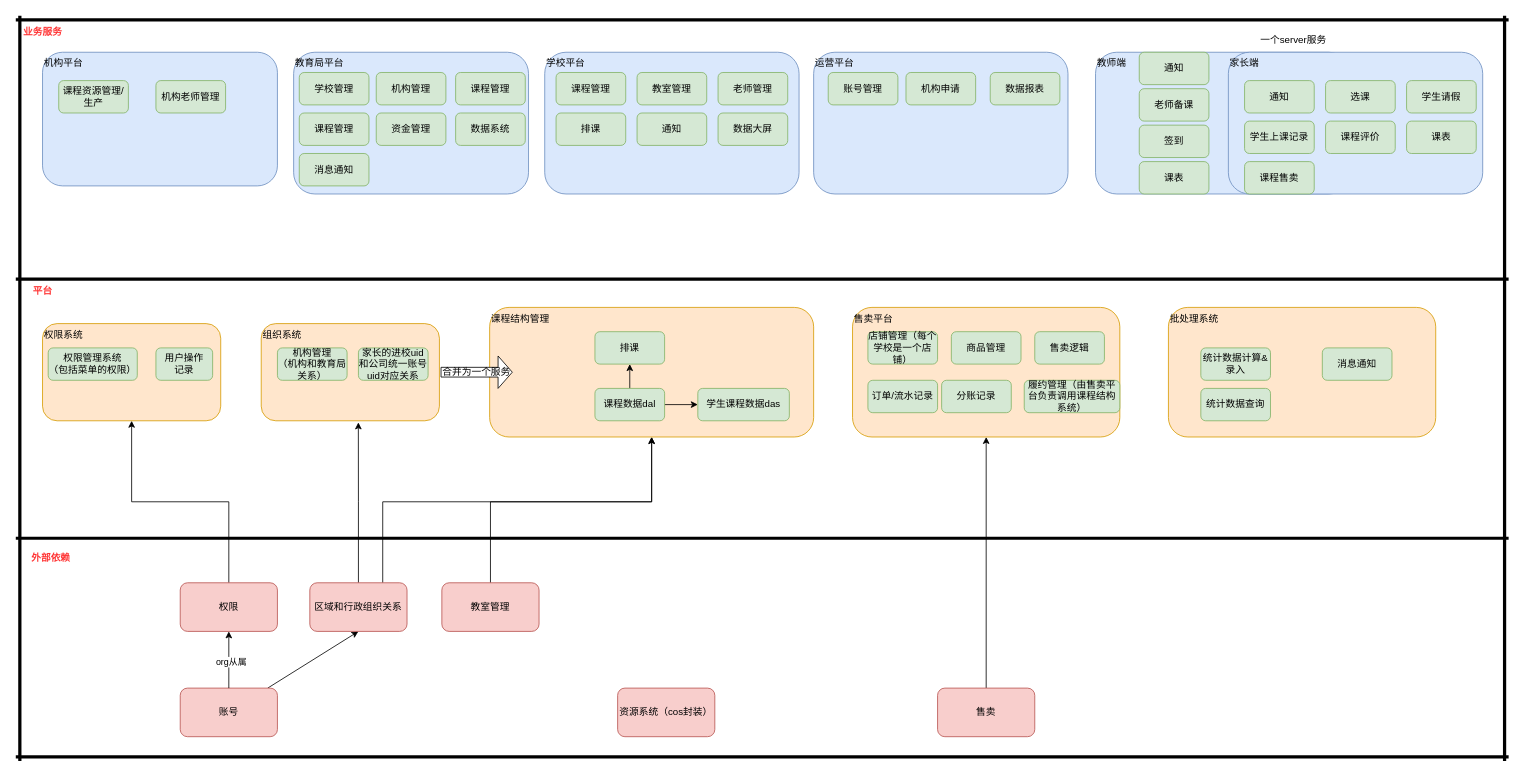
wgyuuu/flow_chart keeps this draw.io diagram as 330-组织架构.drawio. Above is the earlier version. Source tidied: cells renumbered, new cells numbered last; positions are measured from the earlier drawing's top-left corner, leaving out a move shared by most shapes. Both pictures are drawn from the tidied source at 81%, with x=0, y=0 at pixel (15, 15).
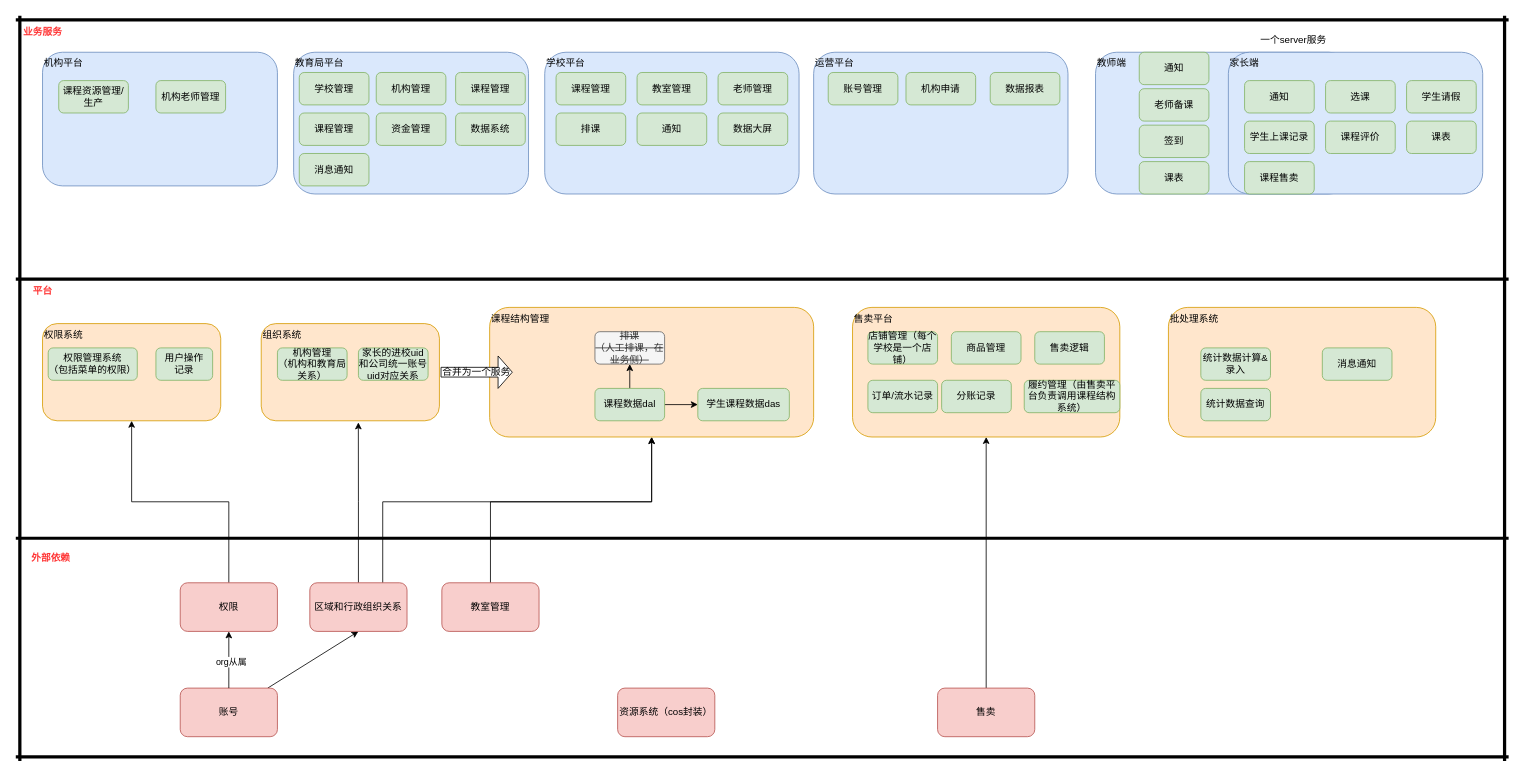
Above is the later version.

The edit, as a diff of the source:
```diff
@@
-    <mxCell id="18" value="排课" style="rounded=1;whiteSpace=wrap;html=1;align=center;verticalAlign=middle;fillColor=#d5e8d4;strokeColor=#82b366;" parent="1" vertex="1">
+    <mxCell id="18" value="&lt;strike&gt;排课&lt;br&gt;（人工排课，在业务侧）&lt;/strike&gt;" style="rounded=1;whiteSpace=wrap;html=1;align=center;verticalAlign=middle;fillColor=#f5f5f5;strokeColor=#666666;fontColor=#333333;" parent="1" vertex="1">
       <mxGeometry x="715" y="390" width="86" height="40" as="geometry" />
     </mxCell>
```
